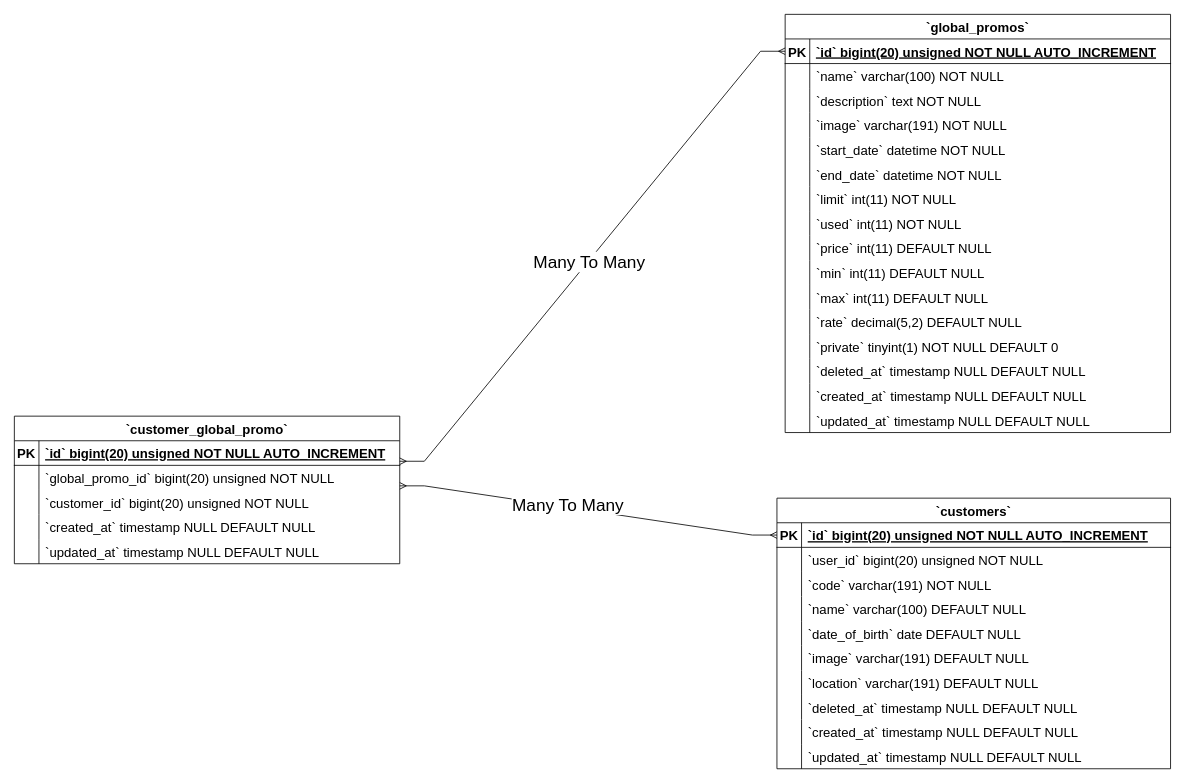
Simasco/diagram keeps this draw.io diagram as Customer Global Promo ERD Diagram.drawio. Above is the earlier version. Source tidied: cells renumbered, new cells numbered last; positions are measured from the earlier drawing's top-left corner, leaving out a move shared by most shapes. Both pictures are drawn from the tidied source at 82%, with x=0, y=0 at pixel (14, 14).
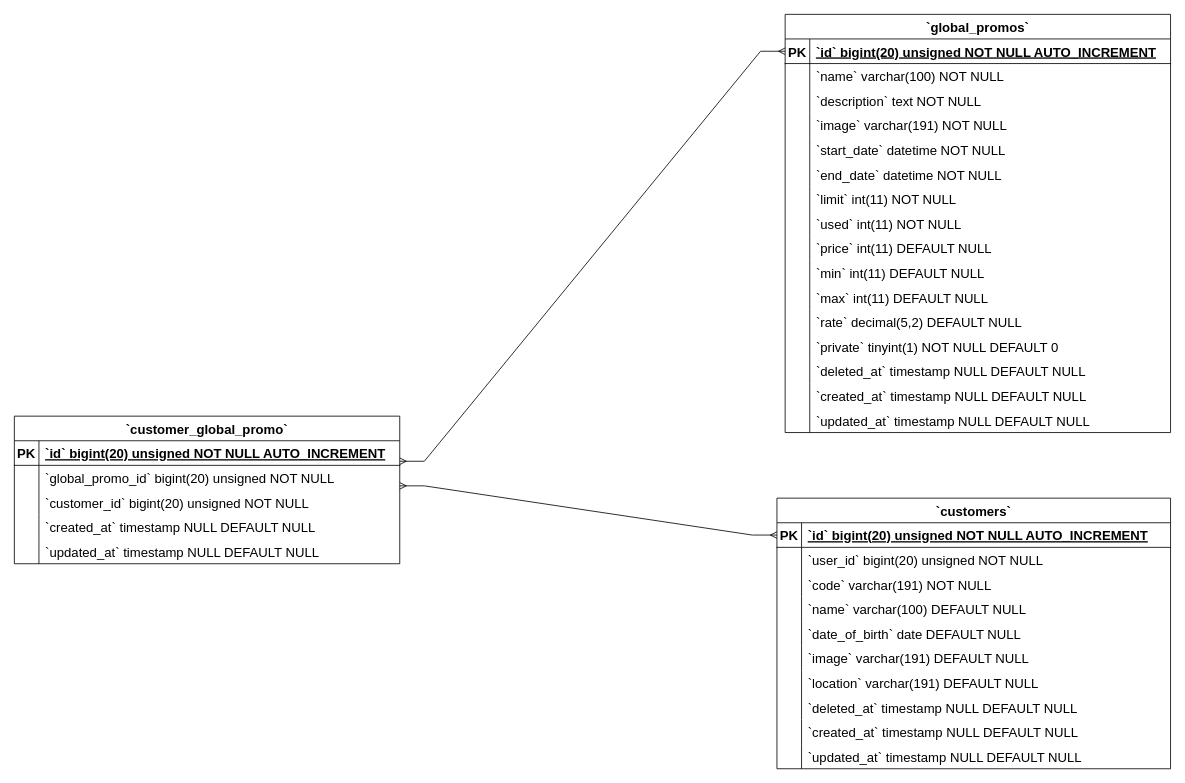
After the change.

Unchanged cells that the change refers to:
```xml
<mxCell id="99" style="edgeStyle=entityRelationEdgeStyle;fontSize=16;html=1;endArrow=ERmany;startArrow=ERmany;rounded=0;exitX=1;exitY=0.5;exitDx=0;exitDy=0;" parent="1" edge="1" target="3">
  <mxGeometry relative="1" as="geometry">
    <mxPoint x="470" y="545" as="sourcePoint" />
  </mxGeometry>
</mxCell>
```

What changed in the source:
```diff
@@
-    <mxCell id="100" value="Many To Many" style="edgeLabel;html=1;align=center;verticalAlign=middle;fontSize=21;" parent="99" vertex="1">
-      <mxGeometry x="-0.02" y="-2" relative="1" as="geometry">
-        <mxPoint x="-1" as="offset" />
-      </mxGeometry>
-    </mxCell>
-    <mxCell id="101" value="Many To Many" style="edgeLabel;html=1;align=center;verticalAlign=middle;fontSize=21;" parent="1" vertex="1">
-      <mxGeometry x="720" y="300" as="geometry">
-        <mxPoint x="-46" y="297" as="offset" />
-      </mxGeometry>
-    </mxCell>
```
